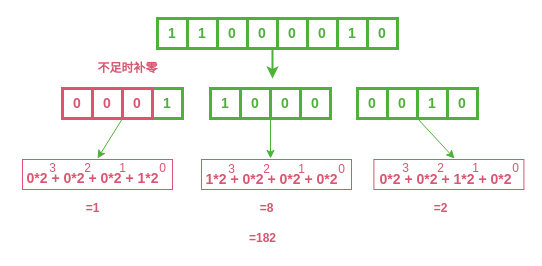
ffffffff0x/1earn keeps this draw.io diagram as assets/img/Security/Crypto/Crypto/3.drawio. Above is the earlier version. Source tidied: cells renumbered, new cells numbered last; positions are measured from the earlier drawing's top-left corner, leaving out a move shared by most shapes. Both pictures are drawn from the tidied source at 100%, with x=0, y=0 at pixel (17, 18).
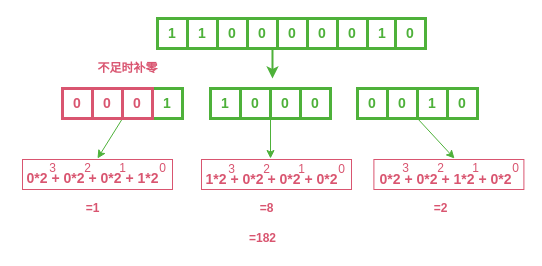
Above is the later version.

The edit, as a diff of the source:
```diff
@@
-    <mxCell id="7" value="1" style="rounded=0;whiteSpace=wrap;html=1;strokeColor=#4EB13A;strokeWidth=3;fontStyle=1;fontColor=#4EB13A;fontSize=14;" parent="1" vertex="1">
+    <mxCell id="7" value="0" style="rounded=0;whiteSpace=wrap;html=1;strokeColor=#4EB13A;strokeWidth=3;fontStyle=1;fontColor=#4EB13A;fontSize=14;" parent="1" vertex="1">
       <mxGeometry x="320" width="30" height="30" as="geometry" />
     </mxCell>
@@
-    <mxCell id="12" value="0" style="rounded=0;whiteSpace=wrap;html=1;strokeColor=#4EB13A;strokeWidth=3;fontStyle=1;fontColor=#4EB13A;fontSize=14;" parent="1" vertex="1">
+    <mxCell id="12" value="1" style="rounded=0;whiteSpace=wrap;html=1;strokeColor=#4EB13A;strokeWidth=3;fontStyle=1;fontColor=#4EB13A;fontSize=14;" parent="1" vertex="1">
       <mxGeometry x="350" width="30" height="30" as="geometry" />
     </mxCell>
@@
+    <mxCell id="49" value="0" style="rounded=0;whiteSpace=wrap;html=1;strokeColor=#4EB13A;strokeWidth=3;fontStyle=1;fontColor=#4EB13A;fontSize=14;" parent="1" vertex="1">
+      <mxGeometry x="378" width="30" height="30" as="geometry" />
+    </mxCell>
```
